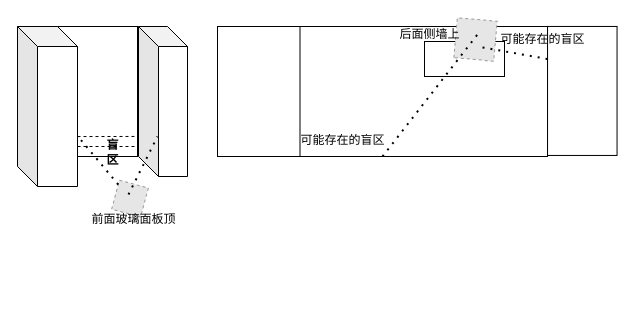
Above: 合院高空抛物.drawio in UTOUUCENTER-CD/Aqara (draw.io), before the change. Source tidied: cells renumbered, new cells numbered last; positions are measured from the earlier drawing's top-left corner, leaving out a move shared by most shapes. Both pictures are drawn from the tidied source at 100%, with x=0, y=0 at pixel (17, 19). Pictures stored in the file or linked from it are replaced by grey dashed boxes.
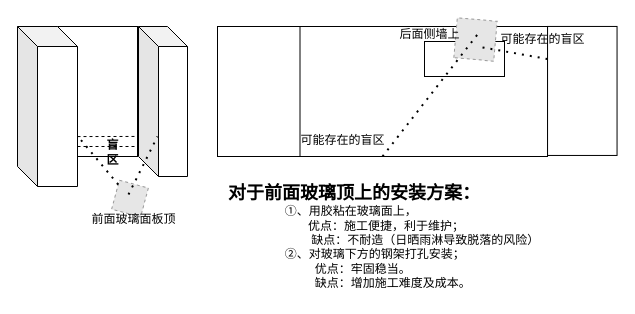
After the change.

Commit message:
更新合院高空抛物.drawio

The edit, as a diff of the source:
```diff
@@
+    <mxCell id="22" value="&lt;font style=&quot;font-size: 18px;&quot;&gt;&lt;b&gt;对于前面玻璃顶上的安装方案：&lt;/b&gt;&lt;/font&gt;&lt;br&gt;&amp;nbsp; &amp;nbsp; &amp;nbsp; &amp;nbsp; &amp;nbsp; &amp;nbsp; &amp;nbsp; &amp;nbsp; &amp;nbsp;①、用胶粘在玻璃面上，&lt;br&gt;&amp;nbsp; &amp;nbsp; &amp;nbsp; &amp;nbsp; &amp;nbsp; &amp;nbsp; &amp;nbsp; &amp;nbsp; &amp;nbsp; &amp;nbsp; &amp;nbsp; &amp;nbsp; 优点：施工便捷，利于维护；&lt;br&gt;&amp;nbsp; &amp;nbsp; &amp;nbsp; &amp;nbsp; &amp;nbsp; &amp;nbsp; &amp;nbsp; &amp;nbsp; &amp;nbsp; &amp;nbsp; &amp;nbsp; &amp;nbsp; &amp;nbsp;缺点：不耐造（日晒雨淋导致脱落的风险）&lt;br&gt;&amp;nbsp; &amp;nbsp; &amp;nbsp; &amp;nbsp; &amp;nbsp; &amp;nbsp; &amp;nbsp; &amp;nbsp; &amp;nbsp;②、对玻璃下方的钢架打孔安装；&lt;br&gt;&amp;nbsp; &amp;nbsp; &amp;nbsp; &amp;nbsp; &amp;nbsp; &amp;nbsp; &amp;nbsp; &amp;nbsp; &amp;nbsp; &amp;nbsp; &amp;nbsp; &amp;nbsp; &amp;nbsp; 优点：牢固稳当。&lt;br&gt;&amp;nbsp; &amp;nbsp; &amp;nbsp; &amp;nbsp; &amp;nbsp; &amp;nbsp; &amp;nbsp; &amp;nbsp; &amp;nbsp; &amp;nbsp; &amp;nbsp; &amp;nbsp; &amp;nbsp; 缺点：增加施工难度及成本。" style="text;html=1;align=left;verticalAlign=middle;strokeColor=none;fillColor=none;" parent="1" vertex="1">
+      <mxGeometry x="209" y="157" width="330" height="120" as="geometry" />
+    </mxCell>
```
